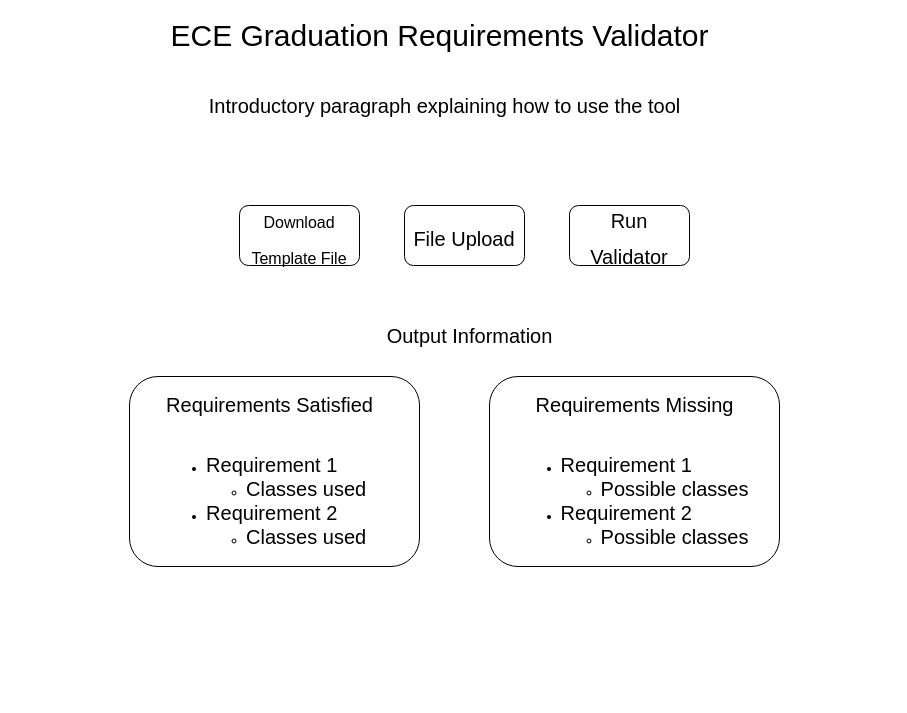
Above: Mockup1.drawio in roninsharma25/Graduation-Requirements-Validator (draw.io), before the change. Source tidied: cells renumbered, new cells numbered last; positions are measured from the earlier drawing's top-left corner, leaving out a move shared by most shapes. Both pictures are drawn from the tidied source at 100%, with x=0, y=0 at pixel (129, 25).
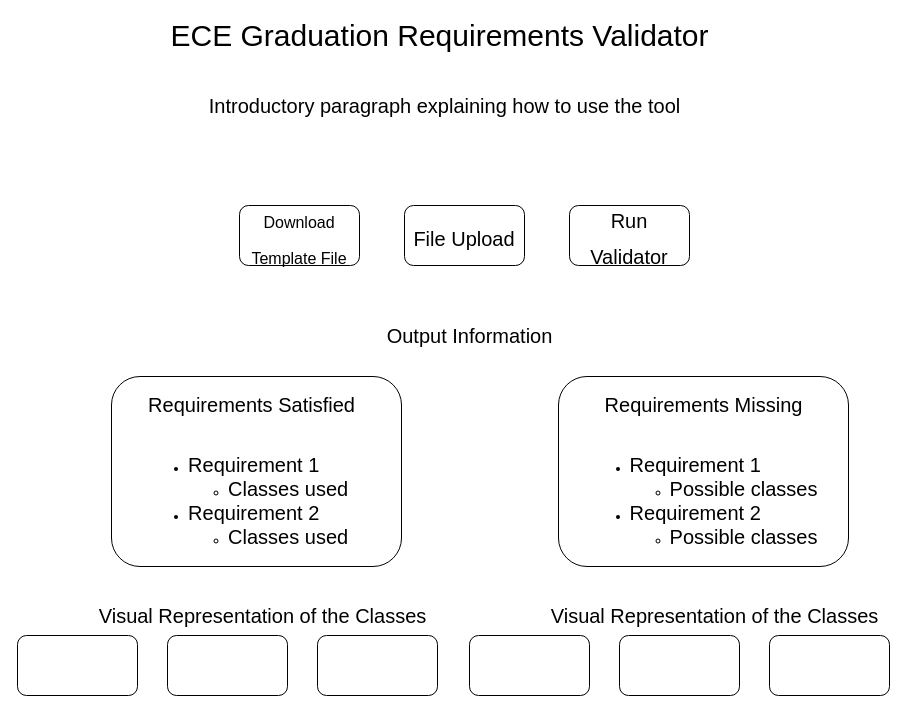
After the change.

What changed in the source:
```diff
@@
 <mxGraphModel>
   <root>
     <mxCell id="0" />
     <mxCell id="1" parent="0" />
     <mxCell id="2" value="&lt;font style=&quot;font-size: 30px&quot;&gt;ECE Graduation Requirements Validator&lt;/font&gt;" style="text;html=1;align=center;verticalAlign=middle;fillColor=none;strokeColor=none;rounded=0;" parent="1" vertex="1">
       <mxGeometry x="30" width="560" height="20" as="geometry" />
     </mxCell>
     <mxCell id="3" value="&lt;font style=&quot;font-size: 20px&quot;&gt;File Upload&lt;/font&gt;" style="rounded=1;whiteSpace=wrap;html=1;fontSize=30;" parent="1" vertex="1">
       <mxGeometry x="275" y="180" width="120" height="60" as="geometry" />
     </mxCell>
     <mxCell id="4" value="&lt;font style=&quot;line-height: 1 ; font-size: 16px&quot;&gt;Download Template File&lt;/font&gt;" style="rounded=1;whiteSpace=wrap;html=1;fontSize=30;" parent="1" vertex="1">
       <mxGeometry x="110" y="180" width="120" height="60" as="geometry" />
     </mxCell>
     <mxCell id="5" value="&lt;font style=&quot;font-size: 20px&quot;&gt;Introductory paragraph explaining how to use the tool&lt;/font&gt;" style="text;html=1;align=center;verticalAlign=middle;fillColor=none;strokeColor=none;rounded=0;" parent="1" vertex="1">
       <mxGeometry x="70" y="70" width="490" height="20" as="geometry" />
     </mxCell>
     <mxCell id="6" value="&lt;div style=&quot;text-align: left&quot;&gt;&lt;/div&gt;" style="rounded=1;whiteSpace=wrap;html=1;fontSize=20;" parent="1" vertex="1">
-      <mxGeometry y="351" width="290" height="190" as="geometry" />
+      <mxGeometry x="-18" y="351" width="290" height="190" as="geometry" />
     </mxCell>
     <mxCell id="7" value="&lt;font style=&quot;font-size: 20px&quot;&gt;Output Information&lt;/font&gt;" style="text;html=1;align=center;verticalAlign=middle;fillColor=none;strokeColor=none;rounded=0;" parent="1" vertex="1">
       <mxGeometry x="250" y="300" width="180" height="20" as="geometry" />
     </mxCell>
     <mxCell id="8" value="&lt;font&gt;&lt;span style=&quot;font-size: 20px&quot;&gt;Requirements Satisfied&lt;/span&gt;&lt;br&gt;&lt;div style=&quot;text-align: left&quot;&gt;&lt;span style=&quot;font-size: 20px&quot;&gt;&lt;br&gt;&lt;/span&gt;&lt;/div&gt;&lt;div style=&quot;text-align: left&quot;&gt;&lt;ul&gt;&lt;li&gt;&lt;span style=&quot;font-size: 20px&quot;&gt;Requirement 1&lt;/span&gt;&lt;/li&gt;&lt;ul&gt;&lt;li&gt;&lt;span style=&quot;font-size: 20px&quot;&gt;Classes used&lt;/span&gt;&lt;/li&gt;&lt;/ul&gt;&lt;li&gt;&lt;span style=&quot;font-size: 20px&quot;&gt;Requirement 2&lt;/span&gt;&lt;/li&gt;&lt;ul&gt;&lt;li&gt;&lt;span style=&quot;font-size: 20px&quot;&gt;Classes used&lt;/span&gt;&lt;/li&gt;&lt;/ul&gt;&lt;/ul&gt;&lt;/div&gt;&lt;/font&gt;" style="text;html=1;align=center;verticalAlign=middle;fillColor=none;strokeColor=none;rounded=0;" parent="1" vertex="1">
-      <mxGeometry x="30" y="391" width="220" height="120" as="geometry" />
+      <mxGeometry x="12" y="391" width="220" height="120" as="geometry" />
     </mxCell>
     <mxCell id="9" value="&lt;div style=&quot;text-align: left&quot;&gt;&lt;/div&gt;" style="rounded=1;whiteSpace=wrap;html=1;fontSize=20;" parent="1" vertex="1">
-      <mxGeometry x="360" y="351" width="290" height="190" as="geometry" />
+      <mxGeometry x="429" y="351" width="290" height="190" as="geometry" />
     </mxCell>
     <mxCell id="10" value="&lt;font style=&quot;font-size: 20px&quot;&gt;Run Validator&lt;/font&gt;" style="rounded=1;whiteSpace=wrap;html=1;fontSize=30;" parent="1" vertex="1">
       <mxGeometry x="440" y="180" width="120" height="60" as="geometry" />
     </mxCell>
     <mxCell id="11" value="&lt;font&gt;&lt;span style=&quot;font-size: 20px&quot;&gt;Requirements Missing&lt;/span&gt;&lt;br&gt;&lt;div style=&quot;text-align: left&quot;&gt;&lt;span style=&quot;font-size: 20px&quot;&gt;&lt;br&gt;&lt;/span&gt;&lt;/div&gt;&lt;div style=&quot;text-align: left&quot;&gt;&lt;ul&gt;&lt;li&gt;&lt;span style=&quot;font-size: 20px&quot;&gt;Requirement 1&lt;/span&gt;&lt;/li&gt;&lt;ul&gt;&lt;li&gt;&lt;span style=&quot;font-size: 20px&quot;&gt;Possible classes&lt;/span&gt;&lt;/li&gt;&lt;/ul&gt;&lt;li&gt;&lt;span style=&quot;font-size: 20px&quot;&gt;Requirement 2&lt;/span&gt;&lt;/li&gt;&lt;ul&gt;&lt;li&gt;&lt;span style=&quot;font-size: 20px&quot;&gt;Possible classes&lt;/span&gt;&lt;/li&gt;&lt;/ul&gt;&lt;/ul&gt;&lt;/div&gt;&lt;/font&gt;" style="text;html=1;align=center;verticalAlign=middle;fillColor=none;strokeColor=none;rounded=0;" parent="1" vertex="1">
-      <mxGeometry x="385" y="391" width="240" height="120" as="geometry" />
+      <mxGeometry x="454" y="391" width="240" height="120" as="geometry" />
     </mxCell>
+    <mxCell id="12" style="rounded=1;whiteSpace=wrap;html=1;" parent="1" vertex="1">
+      <mxGeometry x="-112" y="610" width="120" height="60" as="geometry" />
+    </mxCell>
+    <mxCell id="13" style="rounded=1;whiteSpace=wrap;html=1;" parent="1" vertex="1">
+      <mxGeometry x="38" y="610" width="120" height="60" as="geometry" />
+    </mxCell>
+    <mxCell id="14" style="rounded=1;whiteSpace=wrap;html=1;" parent="1" vertex="1">
+      <mxGeometry x="188" y="610" width="120" height="60" as="geometry" />
+    </mxCell>
+    <mxCell id="15" value="&lt;font style=&quot;font-size: 20px&quot;&gt;Visual Representation of the Classes&lt;/font&gt;" style="text;html=1;align=center;verticalAlign=middle;fillColor=none;strokeColor=none;rounded=0;" parent="1" vertex="1">
+      <mxGeometry x="-37" y="580" width="340" height="20" as="geometry" />
+    </mxCell>
+    <mxCell id="16" style="rounded=1;whiteSpace=wrap;html=1;" parent="1" vertex="1">
+      <mxGeometry x="340" y="610" width="120" height="60" as="geometry" />
+    </mxCell>
+    <mxCell id="17" style="rounded=1;whiteSpace=wrap;html=1;" parent="1" vertex="1">
+      <mxGeometry x="490" y="610" width="120" height="60" as="geometry" />
+    </mxCell>
+    <mxCell id="18" style="rounded=1;whiteSpace=wrap;html=1;" parent="1" vertex="1">
+      <mxGeometry x="640" y="610" width="120" height="60" as="geometry" />
+    </mxCell>
+    <mxCell id="19" value="&lt;font style=&quot;font-size: 20px&quot;&gt;Visual Representation of the Classes&lt;/font&gt;" style="text;html=1;align=center;verticalAlign=middle;fillColor=none;strokeColor=none;rounded=0;" parent="1" vertex="1">
+      <mxGeometry x="415" y="580" width="340" height="20" as="geometry" />
+    </mxCell>
   </root>
 </mxGraphModel>
```
